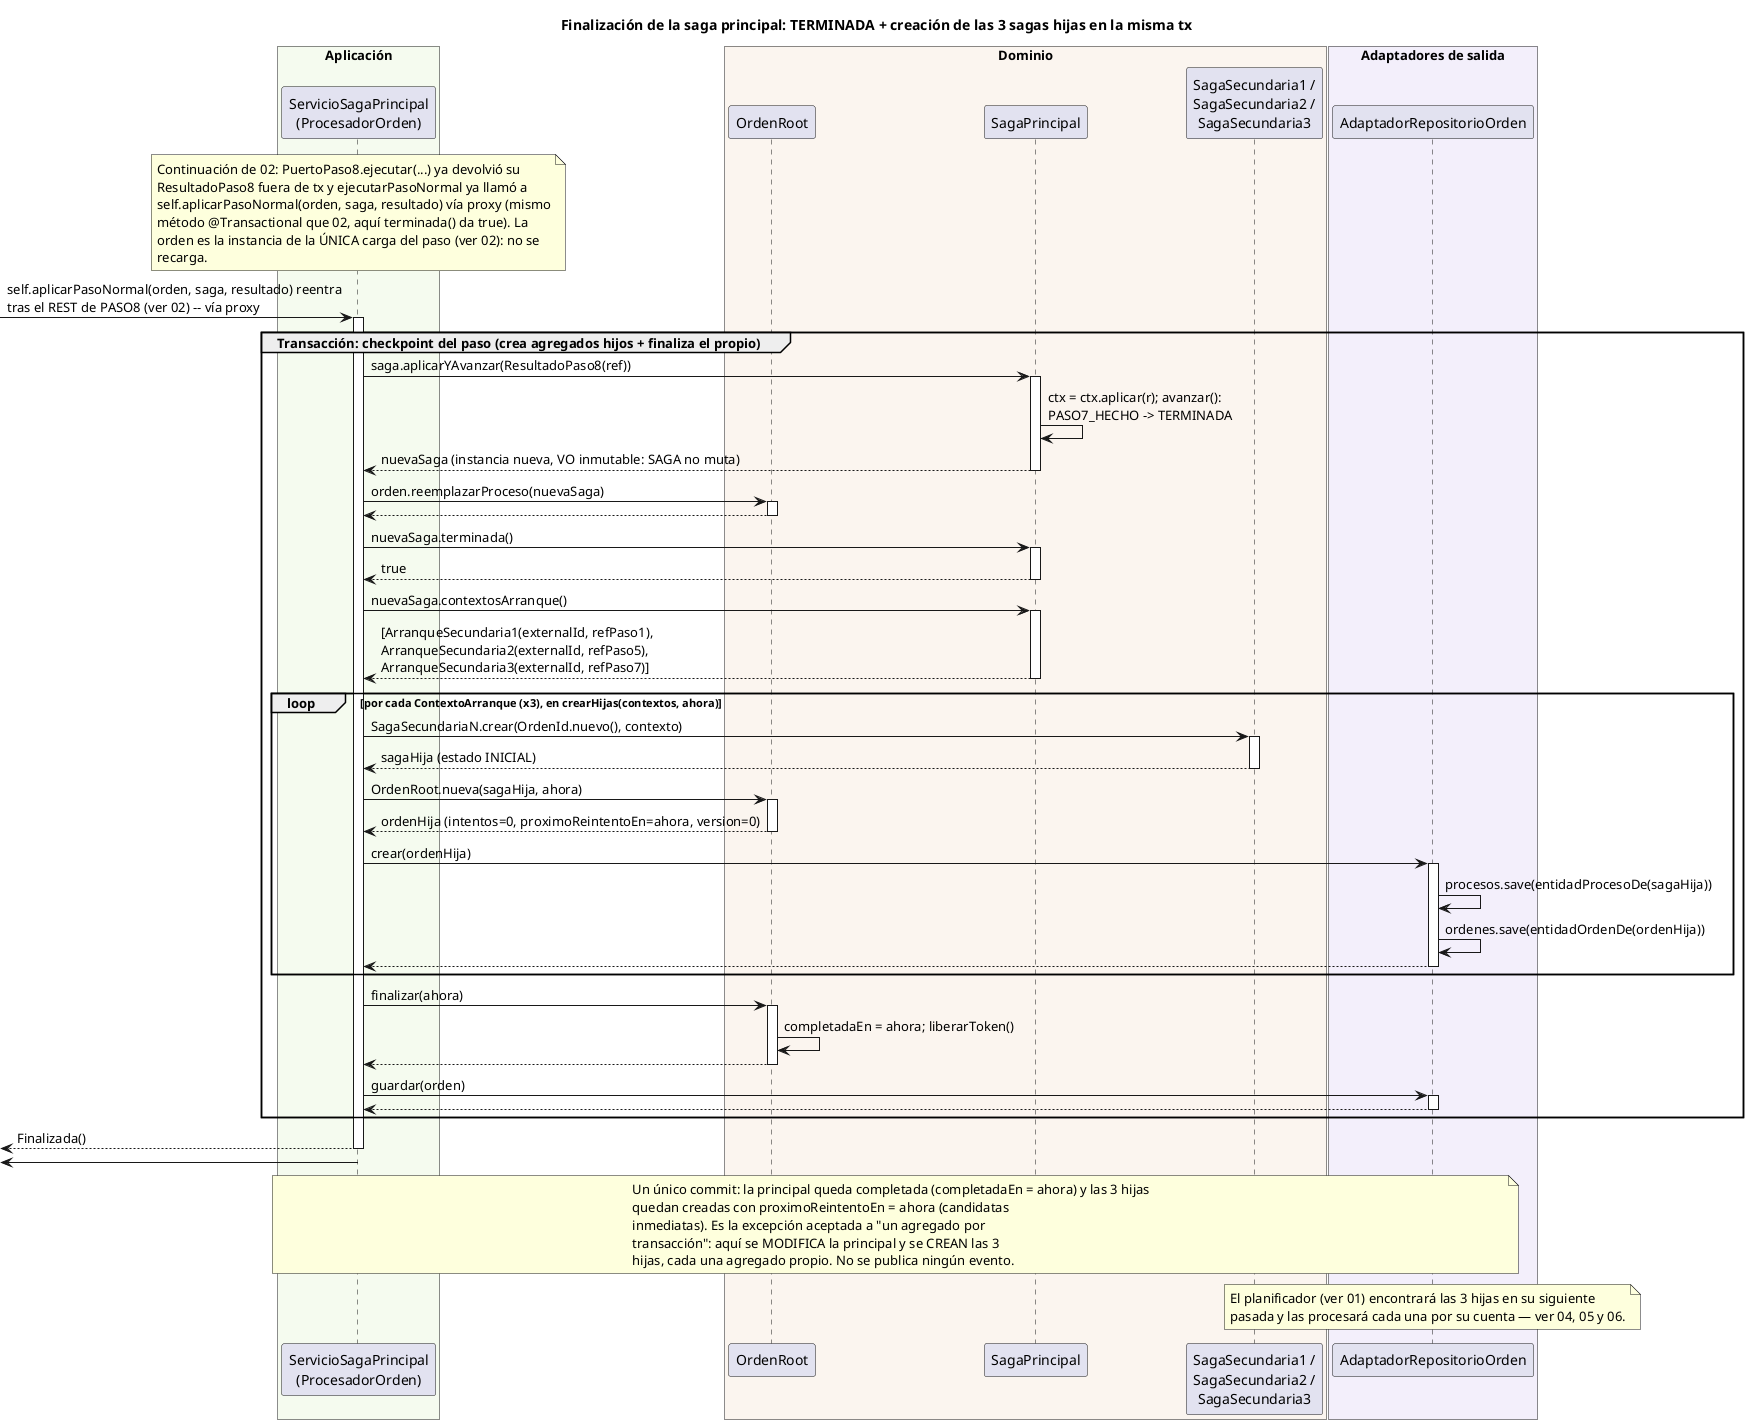
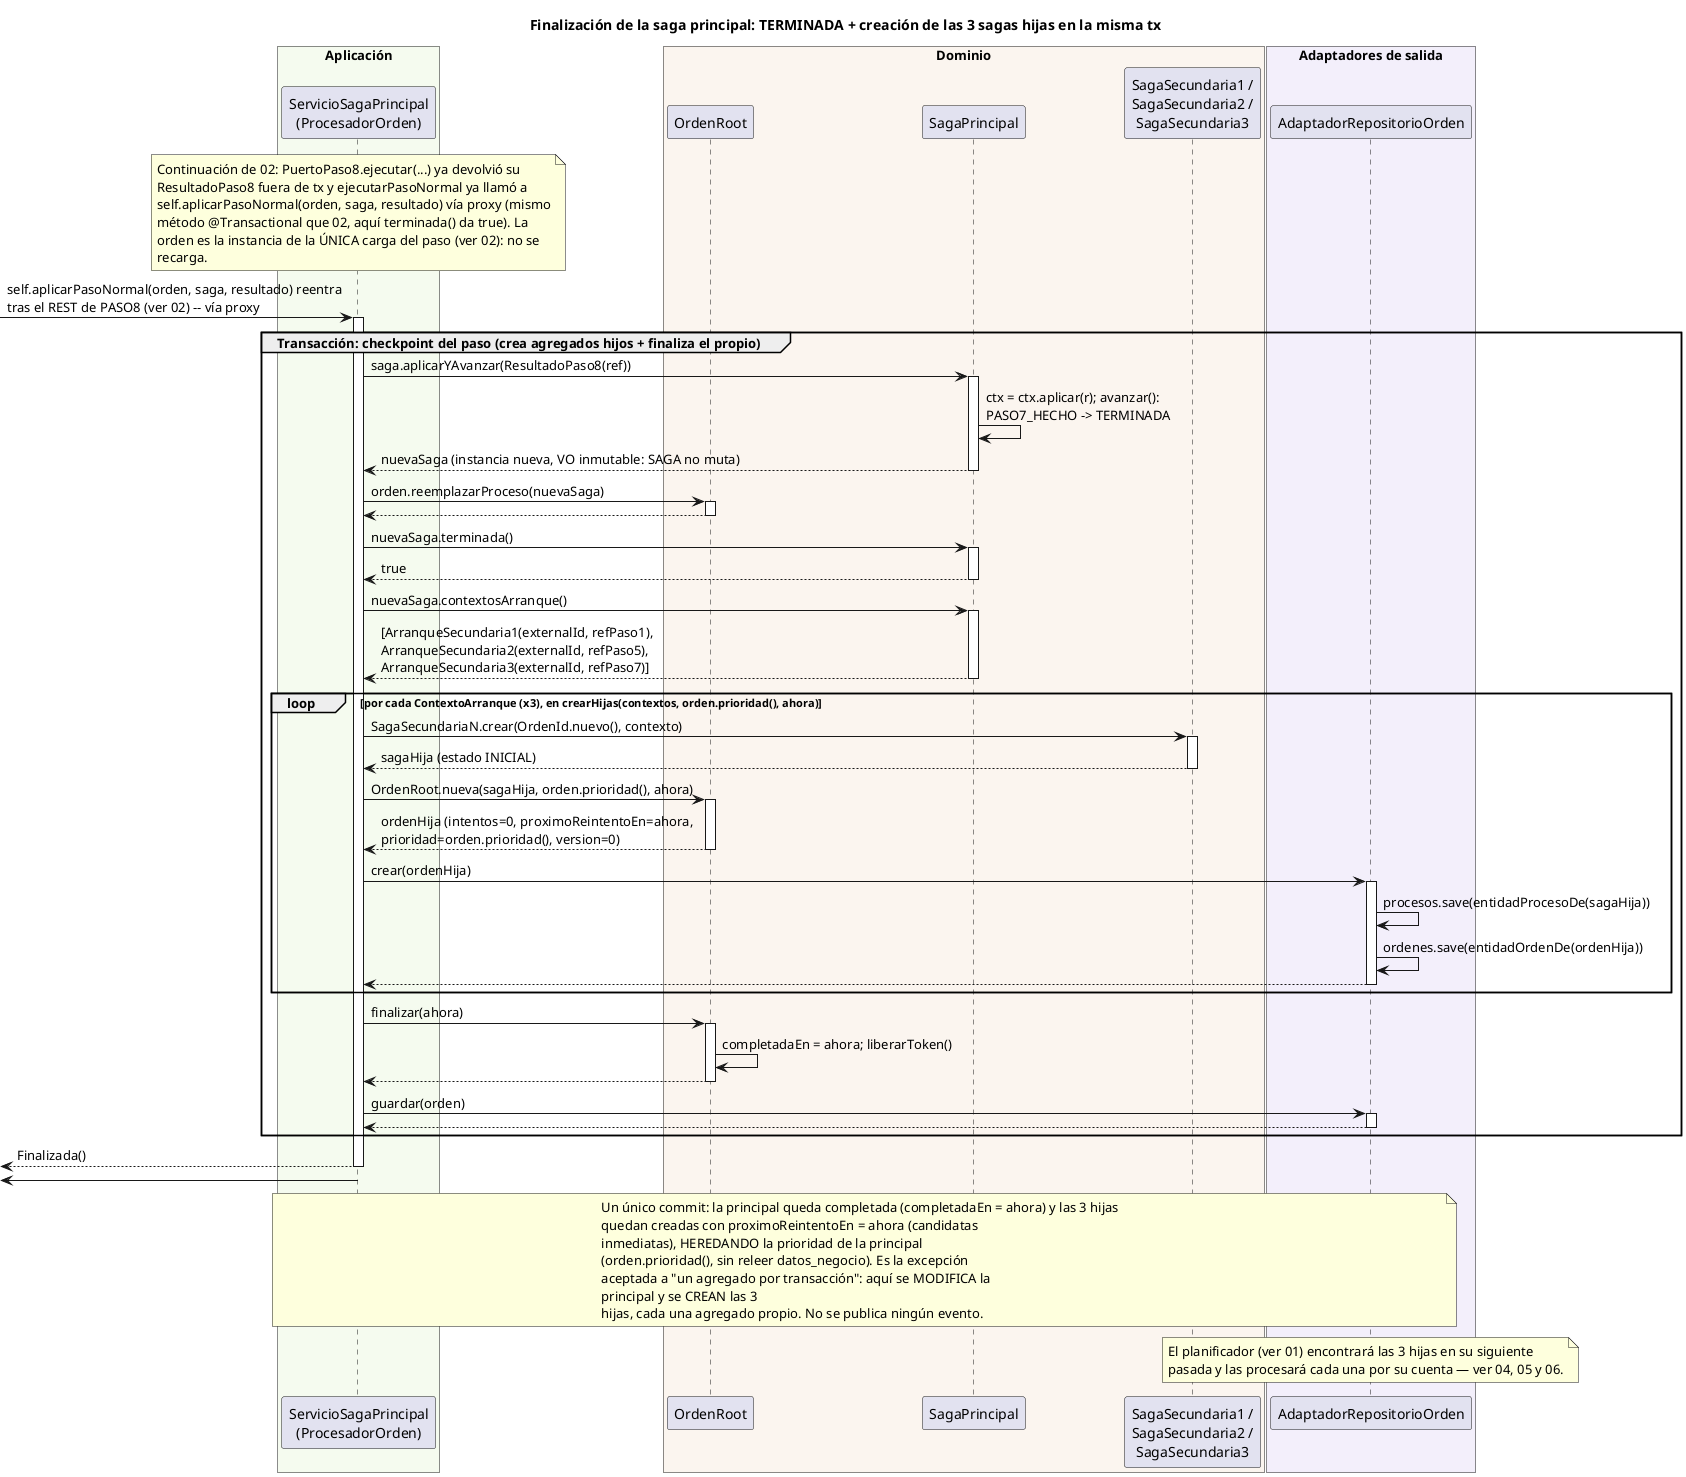
@startuml 03-finalizacion-saga-principal
title Finalización de la saga principal: TERMINADA + creación de las 3 sagas hijas en la misma tx

box "Aplicación" #F5FBEF
  participant "ServicioSagaPrincipal\n(ProcesadorOrden)" as ORQ
end box
box "Dominio" #FBF5EF
  participant "OrdenRoot" as ORDEN
  participant "SagaPrincipal" as SAGA
  participant "SagaSecundaria1 /\nSagaSecundaria2 /\nSagaSecundaria3" as HIJAS
end box
box "Adaptadores de salida" #F3EFFB
  participant "AdaptadorRepositorioOrden" as REPO
end box

note over ORQ
  Continuación de 02: PuertoPaso8.ejecutar(...) ya devolvió su
  ResultadoPaso8 fuera de tx y ejecutarPasoNormal ya llamó a
  self.aplicarPasoNormal(orden, saga, resultado) vía proxy (mismo
  método @Transactional que 02, aquí terminada() da true). La
  orden es la instancia de la ÚNICA carga del paso (ver 02): no se
  recarga.
end note

[-> ORQ : self.aplicarPasoNormal(orden, saga, resultado) reentra\ntras el REST de PASO8 (ver 02) -- vía proxy
activate ORQ

group Transacción: checkpoint del paso (crea agregados hijos + finaliza el propio)
  ORQ -> SAGA ++ : saga.aplicarYAvanzar(ResultadoPaso8(ref))
  SAGA -> SAGA : ctx = ctx.aplicar(r); avanzar():\nPASO7_HECHO -> TERMINADA
  return nuevaSaga (instancia nueva, VO inmutable: SAGA no muta)
  ORQ -> ORDEN ++ : orden.reemplazarProceso(nuevaSaga)
  return
  ORQ -> SAGA ++ : nuevaSaga.terminada()
  return true

  ORQ -> SAGA ++ : nuevaSaga.contextosArranque()
  return [ArranqueSecundaria1(externalId, refPaso1),\nArranqueSecundaria2(externalId, refPaso5),\nArranqueSecundaria3(externalId, refPaso7)]

-   loop por cada ContextoArranque (x3), en crearHijas(contextos, ahora)
+   loop por cada ContextoArranque (x3), en crearHijas(contextos, orden.prioridad(), ahora)
    ORQ -> HIJAS ++ : SagaSecundariaN.crear(OrdenId.nuevo(), contexto)
    return sagaHija (estado INICIAL)
-     ORQ -> ORDEN ++ : OrdenRoot.nueva(sagaHija, ahora)
-     return ordenHija (intentos=0, proximoReintentoEn=ahora, version=0)
+     ORQ -> ORDEN ++ : OrdenRoot.nueva(sagaHija, orden.prioridad(), ahora)
+     return ordenHija (intentos=0, proximoReintentoEn=ahora,\nprioridad=orden.prioridad(), version=0)
    ORQ -> REPO ++ : crear(ordenHija)
    REPO -> REPO : procesos.save(entidadProcesoDe(sagaHija))
    REPO -> REPO : ordenes.save(entidadOrdenDe(ordenHija))
    return
  end

  ORQ -> ORDEN ++ : finalizar(ahora)
  ORDEN -> ORDEN : completadaEn = ahora; liberarToken()
  return
  ORQ -> REPO ++ : guardar(orden)
  return
end
return Finalizada()
[<- ORQ
deactivate ORQ

note over ORQ, REPO
  Un único commit: la principal queda completada (completadaEn = ahora) y las 3 hijas
  quedan creadas con proximoReintentoEn = ahora (candidatas
-   inmediatas). Es la excepción aceptada a "un agregado por
-   transacción": aquí se MODIFICA la principal y se CREAN las 3
+   inmediatas), HEREDANDO la prioridad de la principal
+   (orden.prioridad(), sin releer datos_negocio). Es la excepción
+   aceptada a "un agregado por transacción": aquí se MODIFICA la
+   principal y se CREAN las 3
  hijas, cada una agregado propio. No se publica ningún evento.
end note

note over REPO
  El planificador (ver 01) encontrará las 3 hijas en su siguiente
  pasada y las procesará cada una por su cuenta — ver 04, 05 y 06.
end note
@enduml
